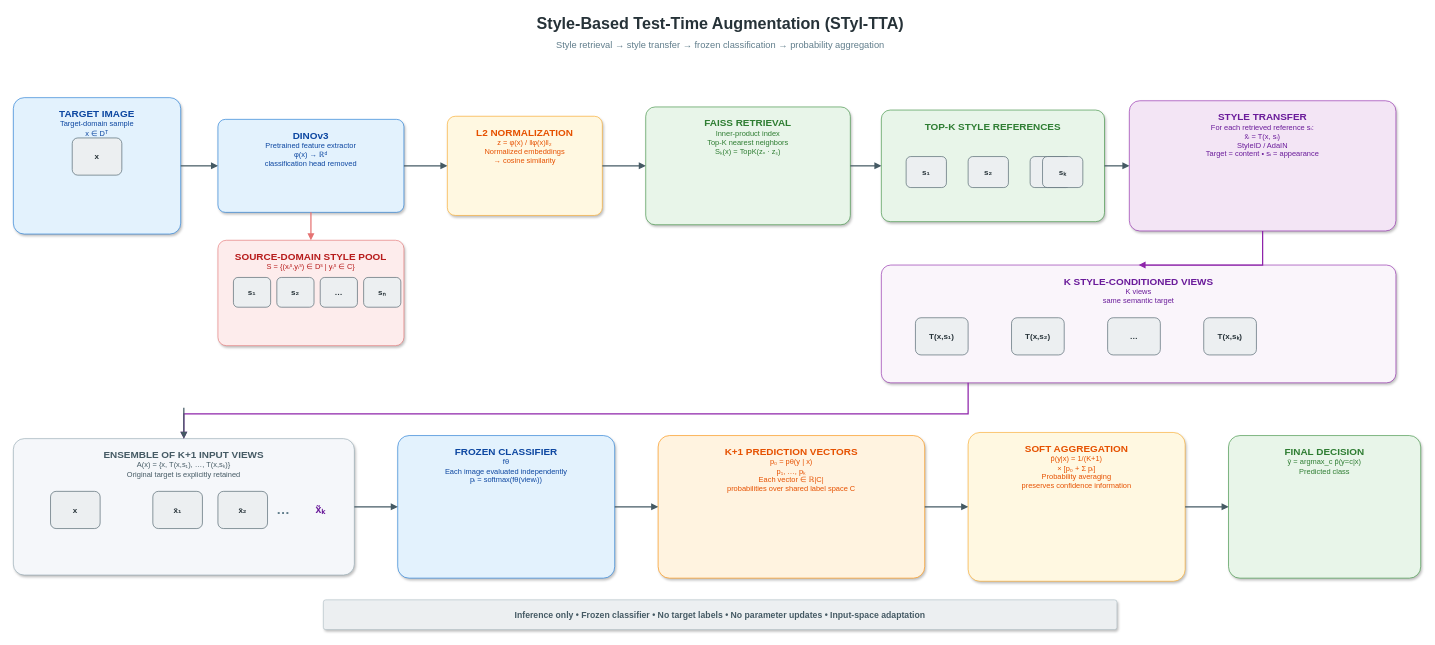
Earlier version of the draw.io diagram styl_tta_horizontal.drawio (Ikechukwue/STyle-TTA). Source tidied: cells renumbered, new cells numbered last; positions are measured from the earlier drawing's top-left corner, leaving out a move shared by most shapes. Both pictures are drawn from the tidied source at 62%, with x=0, y=0 at pixel (13, 11).
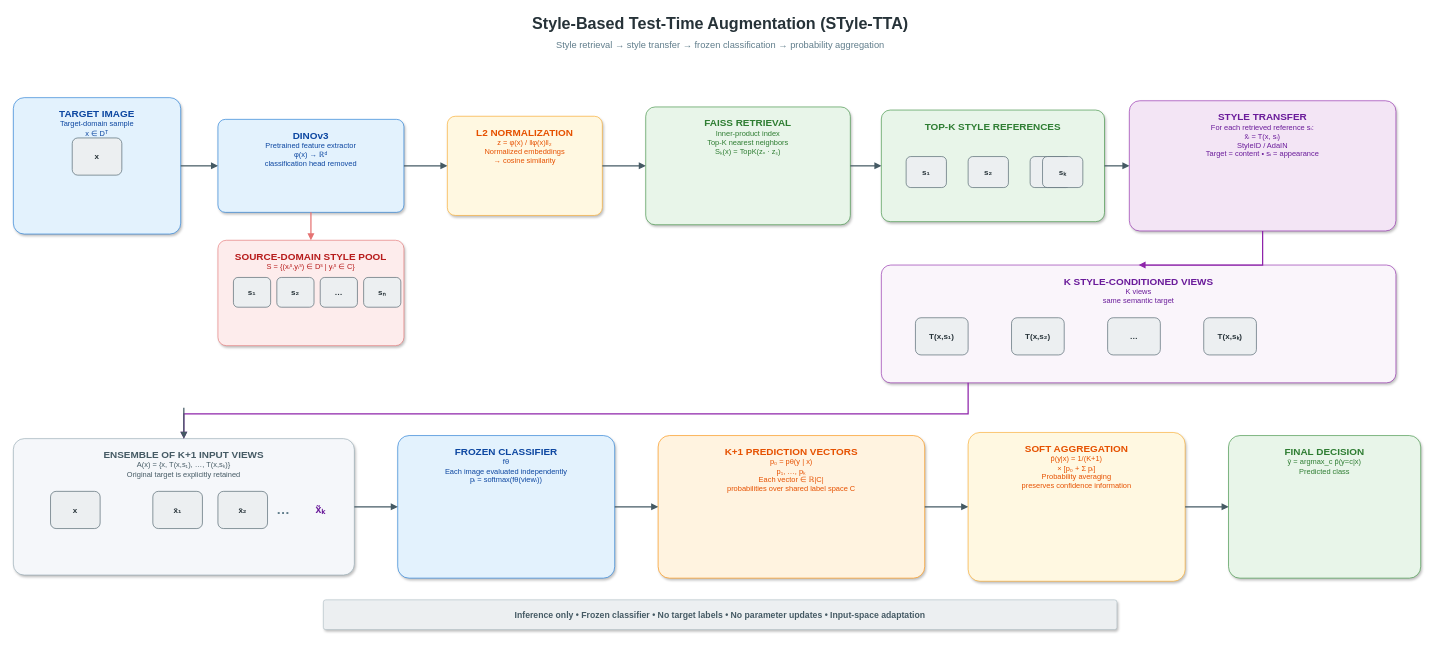
Above is the later version.

The edit, as a diff of the source:
```diff
@@
-    <mxCell id="2" value="Style-Based Test-Time Augmentation (STyl-TTA)" style="text;html=1;align=center;verticalAlign=middle;fontSize=26;fontColor=#263238;fontStyle=1;" parent="1" vertex="1">
+    <mxCell id="2" value="Style-Based Test-Time Augmentation (STyle-TTA)" style="text;html=1;align=center;verticalAlign=middle;fontSize=26;fontColor=#263238;fontStyle=1;" parent="1" vertex="1">
       <mxGeometry x="840" width="600" height="40" as="geometry" />
     </mxCell>
```
